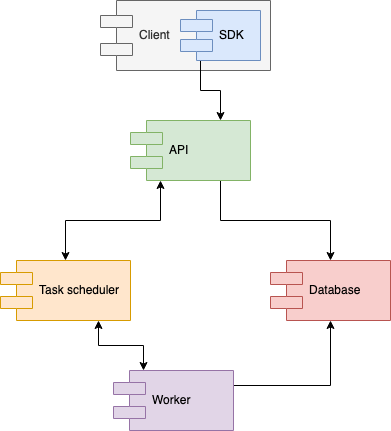
Earlier version of the draw.io export assets/process/process-overview-client.png (qcho/nerd-pf). Source tidied: cells renumbered, new cells last; positions are measured from the earlier drawing's top-left corner, leaving out a move shared by most shapes.
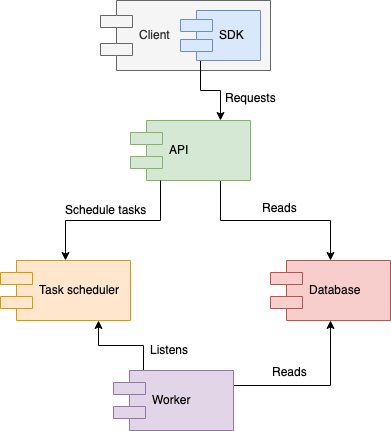
After the commit.

What changed in the source:
```diff
@@ -8,13 +8,13 @@
     <mxCell id="3" value="API" style="shape=component;align=left;spacingLeft=36;fillColor=#d5e8d4;strokeColor=#82b366;" parent="1" vertex="1">
       <mxGeometry x="130" y="120" width="120" height="60" as="geometry" />
     </mxCell>
-    <mxCell id="4" style="rounded=0;jettySize=auto;html=1;exitX=0.5;exitY=0;exitDx=0;exitDy=0;entryX=0.25;entryY=1;entryDx=0;entryDy=0;edgeStyle=orthogonalEdgeStyle;startArrow=classic;startFill=1;" parent="1" edge="1" source="5" target="3">
+    <mxCell id="4" style="rounded=0;jettySize=auto;html=1;exitX=0.5;exitY=0;exitDx=0;exitDy=0;entryX=0.25;entryY=1;entryDx=0;entryDy=0;edgeStyle=orthogonalEdgeStyle;startArrow=classic;startFill=1;endArrow=none;endFill=0;" parent="1" edge="1" source="5" target="3">
       <mxGeometry relative="1" as="geometry" />
     </mxCell>
     <mxCell id="5" value="Task scheduler" style="shape=component;align=left;spacingLeft=36;fillColor=#ffe6cc;strokeColor=#d79b00;" parent="1" vertex="1">
       <mxGeometry y="260" width="130" height="60" as="geometry" />
     </mxCell>
-    <mxCell id="6" style="edgeStyle=orthogonalEdgeStyle;rounded=0;jettySize=auto;html=1;exitX=0.25;exitY=0;exitDx=0;exitDy=0;entryX=0.75;entryY=1;entryDx=0;entryDy=0;startArrow=classic;startFill=1;" parent="1" edge="1" source="8" target="5">
+    <mxCell id="6" style="edgeStyle=orthogonalEdgeStyle;rounded=0;jettySize=auto;html=1;exitX=0.25;exitY=0;exitDx=0;exitDy=0;entryX=0.75;entryY=1;entryDx=0;entryDy=0;startArrow=none;startFill=0;" parent="1" edge="1" source="8" target="5">
       <mxGeometry relative="1" as="geometry" />
     </mxCell>
     <mxCell id="7" style="edgeStyle=orthogonalEdgeStyle;rounded=0;jettySize=auto;html=1;exitX=1;exitY=0.25;exitDx=0;exitDy=0;entryX=0.5;entryY=1;entryDx=0;entryDy=0;startArrow=none;startFill=0;endArrow=classic;endFill=1;" parent="1" edge="1" source="8" target="9">
@@ -35,5 +35,20 @@
     <mxCell id="12" value="SDK" style="shape=component;align=left;spacingLeft=36;fillColor=#dae8fc;strokeColor=#6c8ebf;" parent="1" vertex="1">
       <mxGeometry x="180" y="10" width="80" height="50" as="geometry" />
     </mxCell>
+    <mxCell id="13" value="Schedule tasks" style="text;html=1;align=left;verticalAlign=top;spacingTop=-4;" parent="1" vertex="1">
+      <mxGeometry x="63" y="200" width="100" height="20" as="geometry" />
+    </mxCell>
+    <mxCell id="14" value="Reads" style="text;html=1;align=left;verticalAlign=top;spacingTop=-4;" parent="1" vertex="1">
+      <mxGeometry x="260" y="198" width="50" height="20" as="geometry" />
+    </mxCell>
+    <mxCell id="15" value="Requests" style="text;html=1;align=left;verticalAlign=top;spacingTop=-4;" parent="1" vertex="1">
+      <mxGeometry x="223" y="88" width="70" height="20" as="geometry" />
+    </mxCell>
+    <mxCell id="16" value="Listens" style="text;html=1;align=left;verticalAlign=top;spacingTop=-4;" parent="1" vertex="1">
+      <mxGeometry x="148" y="340" width="50" height="20" as="geometry" />
+    </mxCell>
+    <mxCell id="17" value="Reads" style="text;html=1;align=left;verticalAlign=top;spacingTop=-4;" parent="1" vertex="1">
+      <mxGeometry x="270" y="362" width="50" height="20" as="geometry" />
+    </mxCell>
   </root>
 </mxGraphModel>
```
